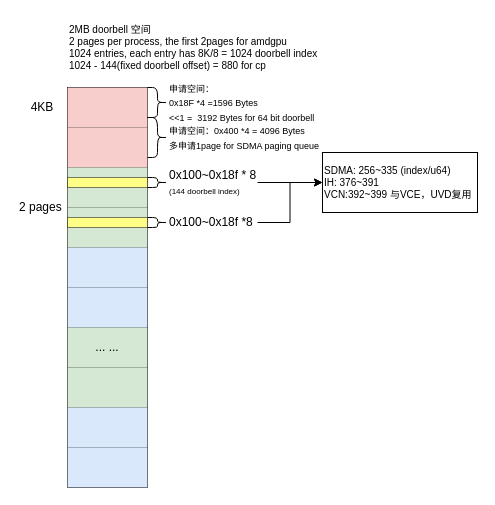
Above: doorbell.drawio in zjunweihit/drawio (draw.io), before the change. Source tidied: cells renumbered, new cells numbered last; positions are measured from the earlier drawing's top-left corner, leaving out a move shared by most shapes. Both pictures are drawn from the tidied source at 100%, with x=0, y=0 at pixel (17, 17).
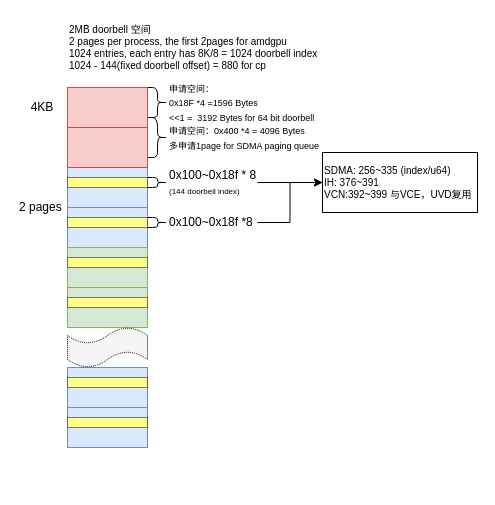
Above is the later version.

What changed in the source:
```diff
@@
-    <mxCell id="2" style="shape=table;startSize=0;childLayout=tableLayout;fillColor=none;" parent="1" vertex="1">
-      <mxGeometry x="50" y="70" width="80" height="400" as="geometry" />
-    </mxCell>
-    <mxCell id="3" style="shape=tableRow;horizontal=0;startSize=0;swimlaneHead=0;swimlaneBody=0;top=0;left=0;bottom=0;right=0;fillColor=#f8cecc;strokeColor=#b85450;" parent="2" vertex="1">
-      <mxGeometry width="80" height="40" as="geometry" />
-    </mxCell>
-    <mxCell id="4" style="shape=partialRectangle;html=1;whiteSpace=wrap;overflow=hidden;fillColor=none;top=0;left=0;bottom=0;right=0;" parent="3" vertex="1">
-      <mxGeometry width="80" height="40" as="geometry" />
-    </mxCell>
-    <mxCell id="5" style="shape=tableRow;horizontal=0;startSize=0;swimlaneHead=0;swimlaneBody=0;top=0;left=0;bottom=0;right=0;fillColor=none;" parent="2" vertex="1">
-      <mxGeometry y="40" width="80" height="40" as="geometry" />
-    </mxCell>
-    <mxCell id="6" style="shape=partialRectangle;html=1;whiteSpace=wrap;overflow=hidden;fillColor=#f8cecc;top=0;left=0;bottom=0;right=0;strokeColor=#b85450;" parent="5" vertex="1">
-      <mxGeometry width="80" height="40" as="geometry" />
-    </mxCell>
-    <mxCell id="7" style="shape=tableRow;horizontal=0;startSize=0;swimlaneHead=0;swimlaneBody=0;top=0;left=0;bottom=0;right=0;fillColor=none;" parent="2" vertex="1">
-      <mxGeometry y="80" width="80" height="40" as="geometry" />
-    </mxCell>
-    <mxCell id="8" style="shape=partialRectangle;html=1;whiteSpace=wrap;overflow=hidden;fillColor=#d5e8d4;top=0;left=0;bottom=0;right=0;strokeColor=#82b366;" parent="7" vertex="1">
-      <mxGeometry width="80" height="40" as="geometry" />
-    </mxCell>
-    <mxCell id="9" style="shape=tableRow;horizontal=0;startSize=0;swimlaneHead=0;swimlaneBody=0;top=0;left=0;bottom=0;right=0;fillColor=none;" parent="2" vertex="1">
-      <mxGeometry y="120" width="80" height="40" as="geometry" />
-    </mxCell>
-    <mxCell id="10" style="shape=partialRectangle;html=1;whiteSpace=wrap;overflow=hidden;fillColor=#d5e8d4;top=0;left=0;bottom=0;right=0;strokeColor=#82b366;" parent="9" vertex="1">
-      <mxGeometry width="80" height="40" as="geometry" />
-    </mxCell>
-    <mxCell id="11" style="shape=tableRow;horizontal=0;startSize=0;swimlaneHead=0;swimlaneBody=0;top=0;left=0;bottom=0;right=0;fillColor=none;" parent="2" vertex="1">
-      <mxGeometry y="160" width="80" height="40" as="geometry" />
-    </mxCell>
-    <mxCell id="12" style="shape=partialRectangle;html=1;whiteSpace=wrap;overflow=hidden;fillColor=#dae8fc;top=0;left=0;bottom=0;right=0;strokeColor=#6c8ebf;" parent="11" vertex="1">
-      <mxGeometry width="80" height="40" as="geometry" />
-    </mxCell>
-    <mxCell id="13" style="shape=tableRow;horizontal=0;startSize=0;swimlaneHead=0;swimlaneBody=0;top=0;left=0;bottom=0;right=0;fillColor=none;" parent="2" vertex="1">
-      <mxGeometry y="200" width="80" height="40" as="geometry" />
-    </mxCell>
-    <mxCell id="14" style="shape=partialRectangle;html=1;whiteSpace=wrap;overflow=hidden;fillColor=#dae8fc;top=0;left=0;bottom=0;right=0;strokeColor=#6c8ebf;" parent="13" vertex="1">
-      <mxGeometry width="80" height="40" as="geometry" />
-    </mxCell>
-    <mxCell id="15" style="shape=tableRow;horizontal=0;startSize=0;swimlaneHead=0;swimlaneBody=0;top=0;left=0;bottom=0;right=0;fillColor=none;" parent="2" vertex="1">
-      <mxGeometry y="240" width="80" height="40" as="geometry" />
-    </mxCell>
-    <mxCell id="16" value="... ..." style="shape=partialRectangle;html=1;whiteSpace=wrap;overflow=hidden;fillColor=#d5e8d4;top=0;left=0;bottom=0;right=0;strokeColor=#82b366;" parent="15" vertex="1">
-      <mxGeometry width="80" height="40" as="geometry" />
-    </mxCell>
-    <mxCell id="17" style="shape=tableRow;horizontal=0;startSize=0;swimlaneHead=0;swimlaneBody=0;top=0;left=0;bottom=0;right=0;fillColor=none;" parent="2" vertex="1">
-      <mxGeometry y="280" width="80" height="40" as="geometry" />
-    </mxCell>
-    <mxCell id="18" style="shape=partialRectangle;html=1;whiteSpace=wrap;overflow=hidden;fillColor=#d5e8d4;top=0;left=0;bottom=0;right=0;strokeColor=#82b366;" parent="17" vertex="1">
-      <mxGeometry width="80" height="40" as="geometry" />
-    </mxCell>
-    <mxCell id="19" style="shape=tableRow;horizontal=0;startSize=0;swimlaneHead=0;swimlaneBody=0;top=0;left=0;bottom=0;right=0;fillColor=none;" parent="2" vertex="1">
-      <mxGeometry y="320" width="80" height="40" as="geometry" />
-    </mxCell>
-    <mxCell id="20" style="shape=partialRectangle;html=1;whiteSpace=wrap;overflow=hidden;fillColor=#dae8fc;top=0;left=0;bottom=0;right=0;strokeColor=#6c8ebf;" parent="19" vertex="1">
-      <mxGeometry width="80" height="40" as="geometry" />
-    </mxCell>
-    <mxCell id="21" style="shape=tableRow;horizontal=0;startSize=0;swimlaneHead=0;swimlaneBody=0;top=0;left=0;bottom=0;right=0;fillColor=none;" parent="2" vertex="1">
-      <mxGeometry y="360" width="80" height="40" as="geometry" />
-    </mxCell>
-    <mxCell id="22" style="shape=partialRectangle;html=1;whiteSpace=wrap;overflow=hidden;fillColor=#dae8fc;top=0;left=0;bottom=0;right=0;strokeColor=#6c8ebf;" parent="21" vertex="1">
-      <mxGeometry width="80" height="40" as="geometry" />
-    </mxCell>
+    <mxCell id="39" style="rounded=0;whiteSpace=wrap;html=1;shadow=0;sketch=0;fontSize=10;strokeColor=#6c8ebf;fillColor=#dae8fc;" parent="1" vertex="1">
+      <mxGeometry x="50" y="150" width="80" height="40" as="geometry" />
+    </mxCell>
+    <mxCell id="40" style="rounded=0;whiteSpace=wrap;html=1;shadow=0;sketch=0;fontSize=10;strokeColor=#6c8ebf;fillColor=#dae8fc;" parent="1" vertex="1">
+      <mxGeometry x="50" y="190" width="80" height="40" as="geometry" />
+    </mxCell>
@@
+    <mxCell id="41" style="rounded=0;whiteSpace=wrap;html=1;shadow=0;sketch=0;fontSize=10;strokeColor=#b85450;fillColor=#f8cecc;" parent="1" vertex="1">
+      <mxGeometry x="50" y="70" width="80" height="40" as="geometry" />
+    </mxCell>
+    <mxCell id="42" style="rounded=0;whiteSpace=wrap;html=1;shadow=0;sketch=0;fontSize=10;strokeColor=#b85450;fillColor=#f8cecc;" parent="1" vertex="1">
+      <mxGeometry x="50" y="110" width="80" height="40" as="geometry" />
+    </mxCell>
+    <mxCell id="43" style="rounded=0;whiteSpace=wrap;html=1;shadow=0;sketch=0;fontSize=10;strokeColor=#82b366;fillColor=#d5e8d4;" parent="1" vertex="1">
+      <mxGeometry x="50" y="230" width="80" height="40" as="geometry" />
+    </mxCell>
+    <mxCell id="44" style="rounded=0;whiteSpace=wrap;html=1;shadow=0;sketch=0;fontSize=10;strokeColor=#82b366;fillColor=#d5e8d4;" parent="1" vertex="1">
+      <mxGeometry x="50" y="270" width="80" height="40" as="geometry" />
+    </mxCell>
+    <mxCell id="45" style="rounded=0;whiteSpace=wrap;html=1;shadow=0;sketch=0;fontSize=10;strokeColor=#6c8ebf;fillColor=#dae8fc;" parent="1" vertex="1">
+      <mxGeometry x="50" y="350" width="80" height="40" as="geometry" />
+    </mxCell>
+    <mxCell id="46" style="rounded=0;whiteSpace=wrap;html=1;shadow=0;sketch=0;fontSize=10;strokeColor=#6c8ebf;fillColor=#dae8fc;" parent="1" vertex="1">
+      <mxGeometry x="50" y="390" width="80" height="40" as="geometry" />
+    </mxCell>
+    <mxCell id="47" style="shape=tape;whiteSpace=wrap;html=1;shadow=0;sketch=0;fontSize=10;strokeColor=default;fillColor=#f5f5f5;fontColor=#333333;dashed=1;dashPattern=1 1;" parent="1" vertex="1">
+      <mxGeometry x="50" y="310" width="80" height="40" as="geometry" />
+    </mxCell>
+    <mxCell id="48" style="rounded=0;whiteSpace=wrap;html=1;fontSize=10;fillColor=#ffff88;strokeColor=default;dashed=1;dashPattern=1 1;" parent="1" vertex="1">
+      <mxGeometry x="50" y="240" width="80" height="10" as="geometry" />
+    </mxCell>
+    <mxCell id="49" style="rounded=0;whiteSpace=wrap;html=1;fontSize=10;fillColor=#ffff88;strokeColor=default;dashed=1;dashPattern=1 1;" parent="1" vertex="1">
+      <mxGeometry x="50" y="280" width="80" height="10" as="geometry" />
+    </mxCell>
+    <mxCell id="50" style="rounded=0;whiteSpace=wrap;html=1;fontSize=10;fillColor=#ffff88;strokeColor=default;dashed=1;dashPattern=1 1;" parent="1" vertex="1">
+      <mxGeometry x="50" y="360" width="80" height="10" as="geometry" />
+    </mxCell>
+    <mxCell id="51" style="rounded=0;whiteSpace=wrap;html=1;fontSize=10;fillColor=#ffff88;strokeColor=default;dashed=1;dashPattern=1 1;" parent="1" vertex="1">
+      <mxGeometry x="50" y="400" width="80" height="10" as="geometry" />
+    </mxCell>
```
